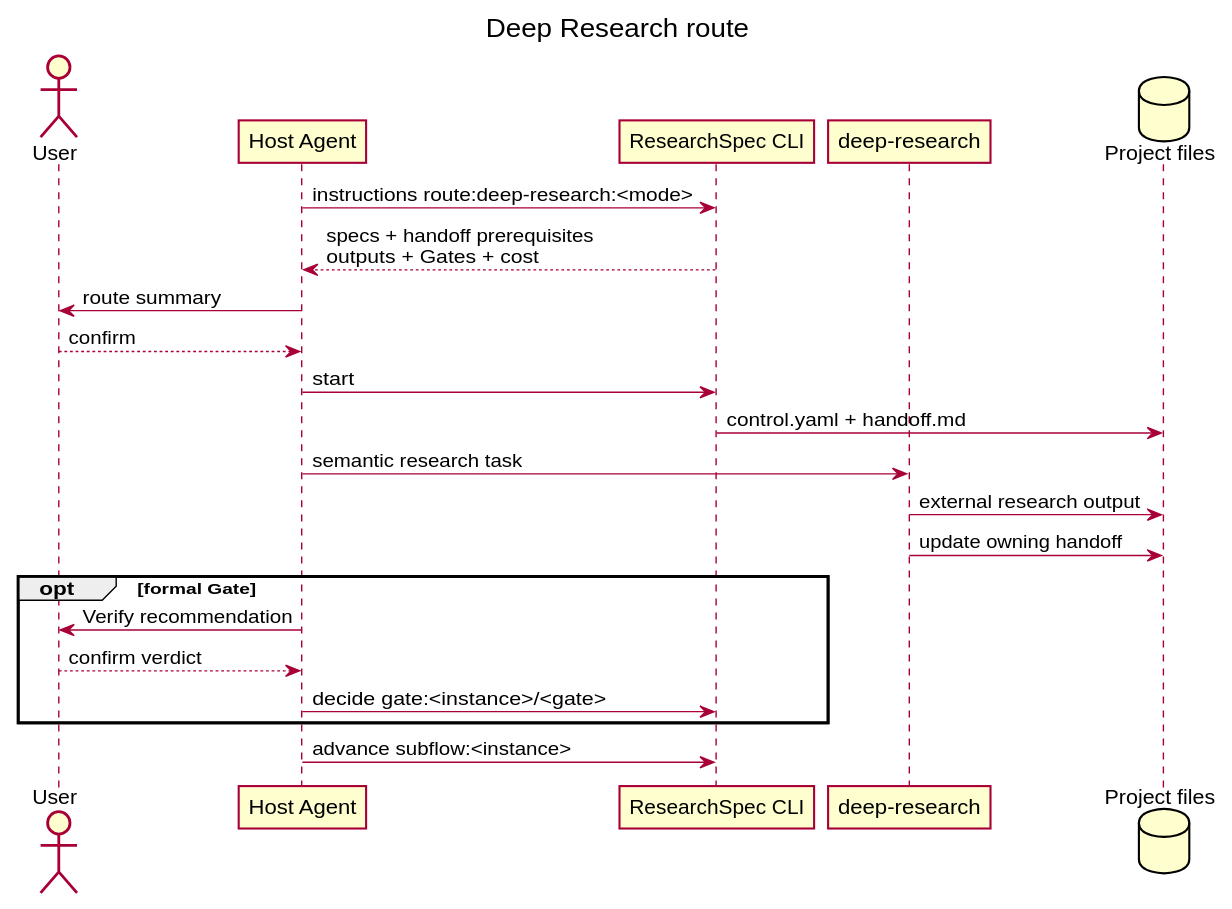
Before: docs/researchspec_arsu_runtime/diagrams/rendered/deep-research-workflow.svg, a diagram exported from PlantUML (leike0813/ResearchSpec). Its source is kept beside it as docs/researchspec_arsu_runtime/diagrams/src/deep-research-workflow.puml.
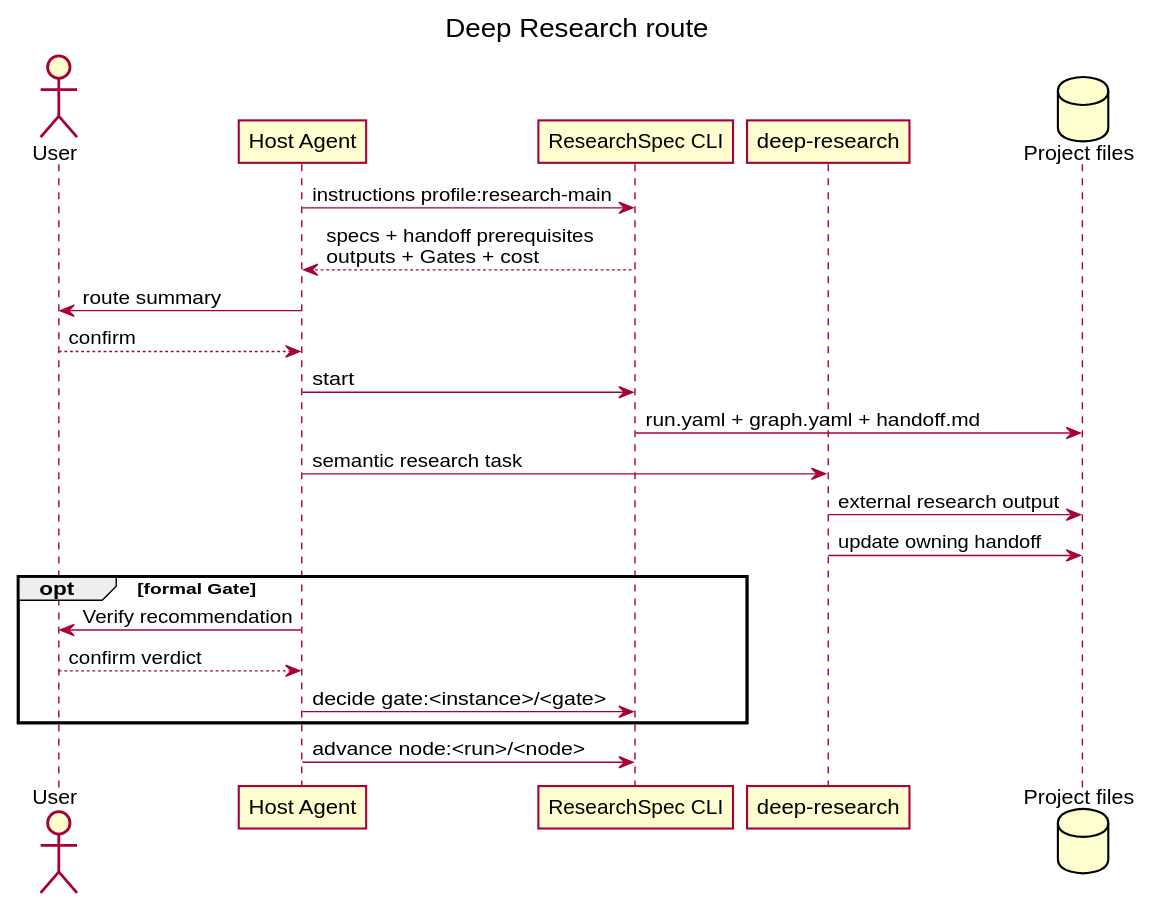
Later version of the same file.

What changed in the source:
```diff
@@ -6,12 +6,12 @@
 participant "ResearchSpec CLI" as CLI
 participant "deep-research" as ARSU
 database "Project files" as Files
-Agent -> CLI : instructions route:deep-research:<mode>
+Agent -> CLI : instructions profile:research-main
 CLI --> Agent : specs + handoff prerequisites\noutputs + Gates + cost
 Agent -> User : route summary
 User --> Agent : confirm
 Agent -> CLI : start
-CLI -> Files : control.yaml + handoff.md
+CLI -> Files : run.yaml + graph.yaml + handoff.md
 Agent -> ARSU : semantic research task
 ARSU -> Files : external research output
 ARSU -> Files : update owning handoff
@@ -20,5 +20,5 @@
   User --> Agent : confirm verdict
   Agent -> CLI : decide gate:<instance>/<gate>
 end
-Agent -> CLI : advance subflow:<instance>
+Agent -> CLI : advance node:<run>/<node>
 @enduml
```
